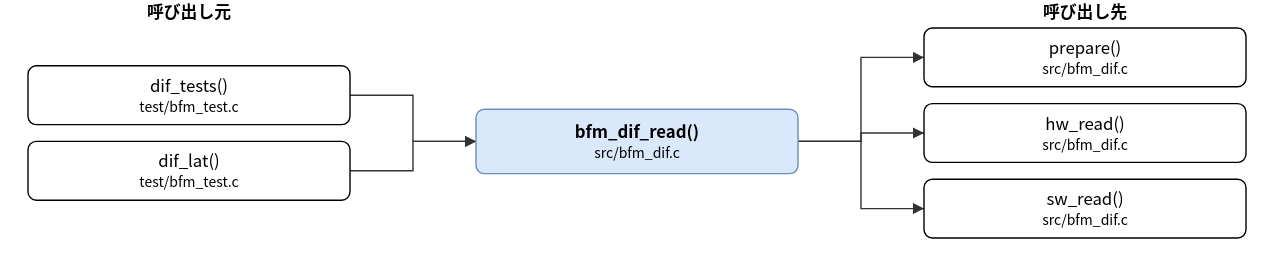
Before: doc/spec/images/call_src_bfm_dif-bfm_dif_read.drawio.svg, a diagram exported from draw.io (hf355051012-ai/bfmem). Source tidied: cells renumbered, new cells last; positions are measured from the earlier drawing's top-left corner, leaving out a move shared by most shapes. The source it was exported from:
```xml
<mxGraphModel>
  <root>
    <mxCell id="0" />
    <mxCell id="1" parent="0" />
    <mxCell id="2" value="bfm_dif_read()&lt;br&gt;&lt;font style=&quot;font-size:10px&quot;&gt;src/bfm_dif.c&lt;/font&gt;" style="rounded=1;whiteSpace=wrap;html=1;fillColor=#dae8fc;strokeColor=#6c8ebf;fontStyle=1;" parent="1" vertex="1">
      <mxGeometry x="320" y="78" width="230" height="46" as="geometry" />
    </mxCell>
    <mxCell id="3" value="dif_tests()&lt;br&gt;&lt;font style=&quot;font-size:10px&quot;&gt;test/bfm_test.c&lt;/font&gt;" style="rounded=1;whiteSpace=wrap;html=1;" parent="1" vertex="1">
      <mxGeometry y="47" width="230" height="42" as="geometry" />
    </mxCell>
    <mxCell id="4" value="dif_lat()&lt;br&gt;&lt;font style=&quot;font-size:10px&quot;&gt;test/bfm_test.c&lt;/font&gt;" style="rounded=1;whiteSpace=wrap;html=1;" parent="1" vertex="1">
      <mxGeometry y="101" width="230" height="42" as="geometry" />
    </mxCell>
    <mxCell id="5" value="prepare()&lt;br&gt;&lt;font style=&quot;font-size:10px&quot;&gt;src/bfm_dif.c&lt;/font&gt;" style="rounded=1;whiteSpace=wrap;html=1;" parent="1" vertex="1">
      <mxGeometry x="640" y="20" width="230" height="42" as="geometry" />
    </mxCell>
    <mxCell id="6" value="hw_read()&lt;br&gt;&lt;font style=&quot;font-size:10px&quot;&gt;src/bfm_dif.c&lt;/font&gt;" style="rounded=1;whiteSpace=wrap;html=1;" parent="1" vertex="1">
      <mxGeometry x="640" y="74" width="230" height="42" as="geometry" />
    </mxCell>
    <mxCell id="7" value="sw_read()&lt;br&gt;&lt;font style=&quot;font-size:10px&quot;&gt;src/bfm_dif.c&lt;/font&gt;" style="rounded=1;whiteSpace=wrap;html=1;" parent="1" vertex="1">
      <mxGeometry x="640" y="128" width="230" height="42" as="geometry" />
    </mxCell>
    <mxCell id="8" style="edgeStyle=none;html=1;rounded=0;endArrow=block;endFill=1;exitX=1.0000;exitY=0.5000;exitDx=0;exitDy=0;exitPerimeter=0;entryX=0.0000;entryY=0.5000;entryDx=0;entryDy=0;entryPerimeter=0;" parent="1" edge="1" source="3" target="2">
      <mxGeometry relative="1" as="geometry">
        <Array as="points">
          <mxPoint x="275" y="68" />
          <mxPoint x="275" y="101" />
        </Array>
      </mxGeometry>
    </mxCell>
    <mxCell id="9" style="edgeStyle=none;html=1;rounded=0;endArrow=block;endFill=1;exitX=1.0000;exitY=0.5000;exitDx=0;exitDy=0;exitPerimeter=0;entryX=0.0000;entryY=0.5000;entryDx=0;entryDy=0;entryPerimeter=0;" parent="1" edge="1" source="4" target="2">
      <mxGeometry relative="1" as="geometry">
        <Array as="points">
          <mxPoint x="275" y="122" />
          <mxPoint x="275" y="101" />
        </Array>
      </mxGeometry>
    </mxCell>
    <mxCell id="10" style="edgeStyle=none;html=1;rounded=0;endArrow=block;endFill=1;exitX=1.0000;exitY=0.5000;exitDx=0;exitDy=0;exitPerimeter=0;entryX=0.0000;entryY=0.5000;entryDx=0;entryDy=0;entryPerimeter=0;" parent="1" edge="1" source="2" target="5">
      <mxGeometry relative="1" as="geometry">
        <Array as="points">
          <mxPoint x="595" y="101" />
          <mxPoint x="595" y="41" />
        </Array>
      </mxGeometry>
    </mxCell>
    <mxCell id="11" style="edgeStyle=none;html=1;rounded=0;endArrow=block;endFill=1;exitX=1.0000;exitY=0.5000;exitDx=0;exitDy=0;exitPerimeter=0;entryX=0.0000;entryY=0.5000;entryDx=0;entryDy=0;entryPerimeter=0;" parent="1" edge="1" source="2" target="6">
      <mxGeometry relative="1" as="geometry">
        <Array as="points">
          <mxPoint x="595" y="101" />
          <mxPoint x="595" y="95" />
        </Array>
      </mxGeometry>
    </mxCell>
    <mxCell id="12" style="edgeStyle=none;html=1;rounded=0;endArrow=block;endFill=1;exitX=1.0000;exitY=0.5000;exitDx=0;exitDy=0;exitPerimeter=0;entryX=0.0000;entryY=0.5000;entryDx=0;entryDy=0;entryPerimeter=0;" parent="1" edge="1" source="2" target="7">
      <mxGeometry relative="1" as="geometry">
        <Array as="points">
          <mxPoint x="595" y="101" />
          <mxPoint x="595" y="149" />
        </Array>
      </mxGeometry>
    </mxCell>
    <mxCell id="13" value="呼び出し元" style="text;html=1;align=center;fontStyle=1;" parent="1" vertex="1">
      <mxGeometry x="35" width="160" height="18" as="geometry" />
    </mxCell>
    <mxCell id="14" value="呼び出し先" style="text;html=1;align=center;fontStyle=1;" parent="1" vertex="1">
      <mxGeometry x="675" width="160" height="18" as="geometry" />
    </mxCell>
  </root>
</mxGraphModel>
```
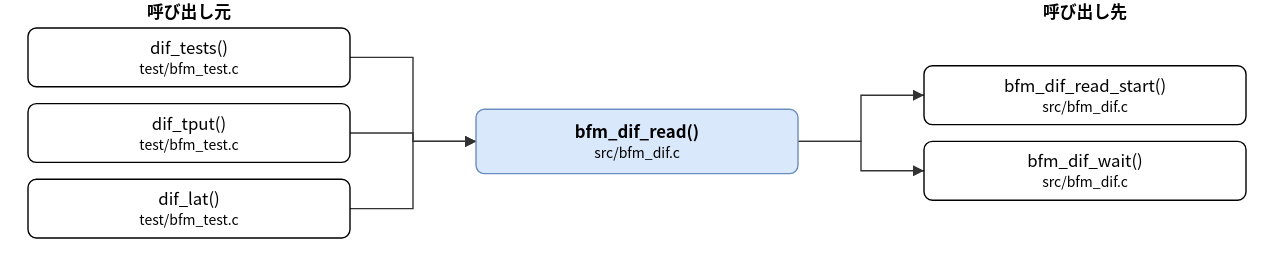
After the change.

Diff of the diagram source:
```diff
@@ -6,24 +6,24 @@
       <mxGeometry x="320" y="78" width="230" height="46" as="geometry" />
     </mxCell>
     <mxCell id="3" value="dif_tests()&lt;br&gt;&lt;font style=&quot;font-size:10px&quot;&gt;test/bfm_test.c&lt;/font&gt;" style="rounded=1;whiteSpace=wrap;html=1;" parent="1" vertex="1">
-      <mxGeometry y="47" width="230" height="42" as="geometry" />
+      <mxGeometry y="20" width="230" height="42" as="geometry" />
     </mxCell>
-    <mxCell id="4" value="dif_lat()&lt;br&gt;&lt;font style=&quot;font-size:10px&quot;&gt;test/bfm_test.c&lt;/font&gt;" style="rounded=1;whiteSpace=wrap;html=1;" parent="1" vertex="1">
-      <mxGeometry y="101" width="230" height="42" as="geometry" />
+    <mxCell id="4" value="dif_tput()&lt;br&gt;&lt;font style=&quot;font-size:10px&quot;&gt;test/bfm_test.c&lt;/font&gt;" style="rounded=1;whiteSpace=wrap;html=1;" parent="1" vertex="1">
+      <mxGeometry y="74" width="230" height="42" as="geometry" />
     </mxCell>
+    <mxCell id="15" value="dif_lat()&lt;br&gt;&lt;font style=&quot;font-size:10px&quot;&gt;test/bfm_test.c&lt;/font&gt;" style="rounded=1;whiteSpace=wrap;html=1;" parent="1" vertex="1">
+      <mxGeometry y="128" width="230" height="42" as="geometry" />
+    </mxCell>
-    <mxCell id="5" value="prepare()&lt;br&gt;&lt;font style=&quot;font-size:10px&quot;&gt;src/bfm_dif.c&lt;/font&gt;" style="rounded=1;whiteSpace=wrap;html=1;" parent="1" vertex="1">
-      <mxGeometry x="640" y="20" width="230" height="42" as="geometry" />
+    <mxCell id="5" value="bfm_dif_read_start()&lt;br&gt;&lt;font style=&quot;font-size:10px&quot;&gt;src/bfm_dif.c&lt;/font&gt;" style="rounded=1;whiteSpace=wrap;html=1;" parent="1" vertex="1">
+      <mxGeometry x="640" y="47" width="230" height="42" as="geometry" />
     </mxCell>
-    <mxCell id="6" value="hw_read()&lt;br&gt;&lt;font style=&quot;font-size:10px&quot;&gt;src/bfm_dif.c&lt;/font&gt;" style="rounded=1;whiteSpace=wrap;html=1;" parent="1" vertex="1">
-      <mxGeometry x="640" y="74" width="230" height="42" as="geometry" />
+    <mxCell id="6" value="bfm_dif_wait()&lt;br&gt;&lt;font style=&quot;font-size:10px&quot;&gt;src/bfm_dif.c&lt;/font&gt;" style="rounded=1;whiteSpace=wrap;html=1;" parent="1" vertex="1">
+      <mxGeometry x="640" y="101" width="230" height="42" as="geometry" />
     </mxCell>
-    <mxCell id="7" value="sw_read()&lt;br&gt;&lt;font style=&quot;font-size:10px&quot;&gt;src/bfm_dif.c&lt;/font&gt;" style="rounded=1;whiteSpace=wrap;html=1;" parent="1" vertex="1">
-      <mxGeometry x="640" y="128" width="230" height="42" as="geometry" />
-    </mxCell>
     <mxCell id="8" style="edgeStyle=none;html=1;rounded=0;endArrow=block;endFill=1;exitX=1.0000;exitY=0.5000;exitDx=0;exitDy=0;exitPerimeter=0;entryX=0.0000;entryY=0.5000;entryDx=0;entryDy=0;entryPerimeter=0;" parent="1" edge="1" source="3" target="2">
       <mxGeometry relative="1" as="geometry">
         <Array as="points">
-          <mxPoint x="275" y="68" />
+          <mxPoint x="275" y="41" />
           <mxPoint x="275" y="101" />
         </Array>
       </mxGeometry>
@@ -31,32 +31,32 @@
     <mxCell id="9" style="edgeStyle=none;html=1;rounded=0;endArrow=block;endFill=1;exitX=1.0000;exitY=0.5000;exitDx=0;exitDy=0;exitPerimeter=0;entryX=0.0000;entryY=0.5000;entryDx=0;entryDy=0;entryPerimeter=0;" parent="1" edge="1" source="4" target="2">
       <mxGeometry relative="1" as="geometry">
         <Array as="points">
-          <mxPoint x="275" y="122" />
+          <mxPoint x="275" y="95" />
           <mxPoint x="275" y="101" />
         </Array>
       </mxGeometry>
     </mxCell>
-    <mxCell id="10" style="edgeStyle=none;html=1;rounded=0;endArrow=block;endFill=1;exitX=1.0000;exitY=0.5000;exitDx=0;exitDy=0;exitPerimeter=0;entryX=0.0000;entryY=0.5000;entryDx=0;entryDy=0;entryPerimeter=0;" parent="1" edge="1" source="2" target="5">
+    <mxCell id="10" style="edgeStyle=none;html=1;rounded=0;endArrow=block;endFill=1;exitX=1.0000;exitY=0.5000;exitDx=0;exitDy=0;exitPerimeter=0;entryX=0.0000;entryY=0.5000;entryDx=0;entryDy=0;entryPerimeter=0;" parent="1" edge="1" source="15" target="2">
       <mxGeometry relative="1" as="geometry">
         <Array as="points">
-          <mxPoint x="595" y="101" />
-          <mxPoint x="595" y="41" />
+          <mxPoint x="275" y="149" />
+          <mxPoint x="275" y="101" />
         </Array>
       </mxGeometry>
     </mxCell>
-    <mxCell id="11" style="edgeStyle=none;html=1;rounded=0;endArrow=block;endFill=1;exitX=1.0000;exitY=0.5000;exitDx=0;exitDy=0;exitPerimeter=0;entryX=0.0000;entryY=0.5000;entryDx=0;entryDy=0;entryPerimeter=0;" parent="1" edge="1" source="2" target="6">
+    <mxCell id="11" style="edgeStyle=none;html=1;rounded=0;endArrow=block;endFill=1;exitX=1.0000;exitY=0.5000;exitDx=0;exitDy=0;exitPerimeter=0;entryX=0.0000;entryY=0.5000;entryDx=0;entryDy=0;entryPerimeter=0;" parent="1" edge="1" source="2" target="5">
       <mxGeometry relative="1" as="geometry">
         <Array as="points">
           <mxPoint x="595" y="101" />
-          <mxPoint x="595" y="95" />
+          <mxPoint x="595" y="68" />
         </Array>
       </mxGeometry>
     </mxCell>
-    <mxCell id="12" style="edgeStyle=none;html=1;rounded=0;endArrow=block;endFill=1;exitX=1.0000;exitY=0.5000;exitDx=0;exitDy=0;exitPerimeter=0;entryX=0.0000;entryY=0.5000;entryDx=0;entryDy=0;entryPerimeter=0;" parent="1" edge="1" source="2" target="7">
+    <mxCell id="12" style="edgeStyle=none;html=1;rounded=0;endArrow=block;endFill=1;exitX=1.0000;exitY=0.5000;exitDx=0;exitDy=0;exitPerimeter=0;entryX=0.0000;entryY=0.5000;entryDx=0;entryDy=0;entryPerimeter=0;" parent="1" edge="1" source="2" target="6">
       <mxGeometry relative="1" as="geometry">
         <Array as="points">
           <mxPoint x="595" y="101" />
-          <mxPoint x="595" y="149" />
+          <mxPoint x="595" y="122" />
         </Array>
       </mxGeometry>
     </mxCell>
```
